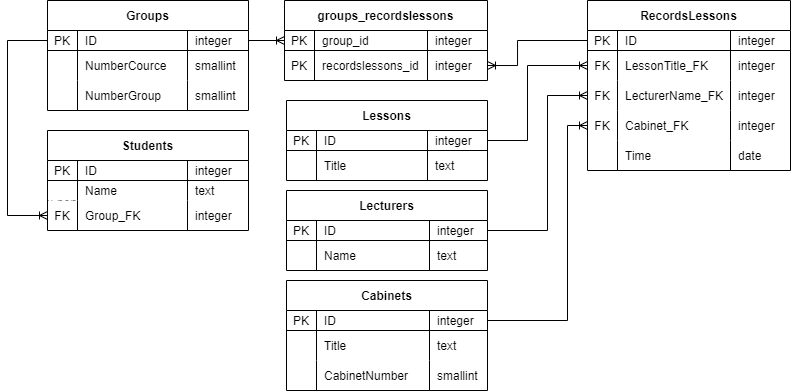
Above: scheme_sql.png in Piratvc/TimetableUniversity_learn (draw.io), before the change. Source tidied: cells renumbered, new cells last; positions are measured from the earlier drawing's top-left corner, leaving out a move shared by most shapes.
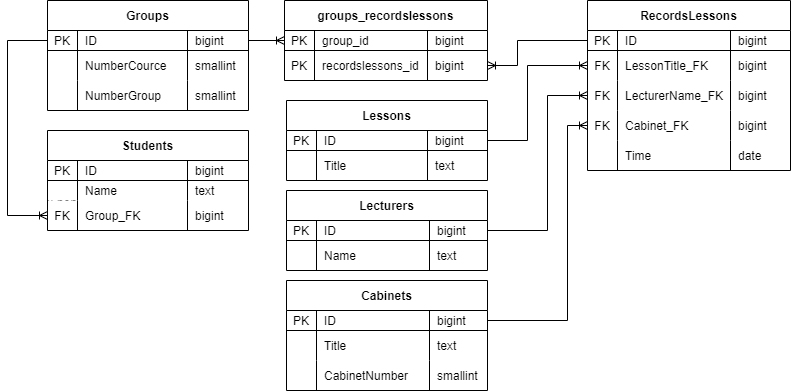
After the change.

Diff of the diagram source:
```diff
@@ -14,7 +14,7 @@
     <mxCell id="5" value="ID" style="shape=partialRectangle;fillColor=none;top=0;left=0;bottom=0;right=0;align=left;spacingLeft=6;fontStyle=0;overflow=hidden;strokeColor=default;" parent="3" vertex="1">
       <mxGeometry x="30" width="110" height="20" as="geometry" />
     </mxCell>
-    <mxCell id="6" value="integer" style="shape=partialRectangle;fillColor=none;top=0;left=0;bottom=0;right=0;align=left;spacingLeft=6;fontStyle=0;overflow=hidden;strokeColor=default;" parent="3" vertex="1">
+    <mxCell id="6" value="bigint" style="shape=partialRectangle;fillColor=none;top=0;left=0;bottom=0;right=0;align=left;spacingLeft=6;fontStyle=0;overflow=hidden;strokeColor=default;" parent="3" vertex="1">
       <mxGeometry x="140" width="61" height="20" as="geometry" />
     </mxCell>
     <mxCell id="7" style="shape=tableRow;horizontal=0;startSize=0;swimlaneHead=0;swimlaneBody=0;fillColor=none;top=0;left=0;right=0;bottom=0;" parent="2" vertex="1">
@@ -38,7 +38,7 @@
     <mxCell id="13" value="Group_FK" style="shape=partialRectangle;fillColor=none;top=0;left=0;bottom=0;right=0;align=left;spacingLeft=6;overflow=hidden;" parent="11" vertex="1">
       <mxGeometry x="30" width="110" height="30" as="geometry" />
     </mxCell>
-    <mxCell id="14" value="integer" style="shape=partialRectangle;fillColor=none;top=0;left=0;bottom=0;right=0;align=left;spacingLeft=6;overflow=hidden;" parent="11" vertex="1">
+    <mxCell id="14" value="bigint" style="shape=partialRectangle;fillColor=none;top=0;left=0;bottom=0;right=0;align=left;spacingLeft=6;overflow=hidden;" parent="11" vertex="1">
       <mxGeometry x="140" width="61" height="30" as="geometry" />
     </mxCell>
     <mxCell id="15" value="Lecturers" style="shape=table;startSize=30;rowLines=0;fontStyle=1;align=center;strokeColor=default;" parent="1" vertex="1">
@@ -53,7 +53,7 @@
     <mxCell id="18" value="ID" style="shape=partialRectangle;fillColor=none;top=0;left=0;bottom=0;right=0;align=left;spacingLeft=6;fontStyle=0;overflow=hidden;strokeColor=default;" parent="16" vertex="1">
       <mxGeometry x="30" width="113" height="20" as="geometry" />
     </mxCell>
-    <mxCell id="19" value="integer" style="shape=partialRectangle;fillColor=none;top=0;left=0;bottom=0;right=0;align=left;spacingLeft=6;fontStyle=0;overflow=hidden;strokeColor=default;" parent="16" vertex="1">
+    <mxCell id="19" value="bigint" style="shape=partialRectangle;fillColor=none;top=0;left=0;bottom=0;right=0;align=left;spacingLeft=6;fontStyle=0;overflow=hidden;strokeColor=default;" parent="16" vertex="1">
       <mxGeometry x="143" width="58" height="20" as="geometry" />
     </mxCell>
     <mxCell id="20" style="shape=tableRow;horizontal=0;startSize=0;swimlaneHead=0;swimlaneBody=0;fillColor=none;top=0;left=0;right=0;bottom=0;strokeColor=default;" parent="15" vertex="1">
@@ -80,7 +80,7 @@
     <mxCell id="27" value="ID" style="shape=partialRectangle;fillColor=none;top=0;left=0;bottom=0;right=0;align=left;spacingLeft=6;fontStyle=0;overflow=hidden;strokeColor=default;" parent="25" vertex="1">
       <mxGeometry x="30" width="111" height="20" as="geometry" />
     </mxCell>
-    <mxCell id="28" value="integer" style="shape=partialRectangle;fillColor=none;top=0;left=0;bottom=0;right=0;align=left;spacingLeft=6;fontStyle=0;overflow=hidden;strokeColor=default;" parent="25" vertex="1">
+    <mxCell id="28" value="bigint" style="shape=partialRectangle;fillColor=none;top=0;left=0;bottom=0;right=0;align=left;spacingLeft=6;fontStyle=0;overflow=hidden;strokeColor=default;" parent="25" vertex="1">
       <mxGeometry x="141" width="60" height="20" as="geometry" />
     </mxCell>
     <mxCell id="29" style="shape=tableRow;horizontal=0;startSize=0;swimlaneHead=0;swimlaneBody=0;fillColor=none;top=0;left=0;right=0;bottom=0;strokeColor=default;" parent="24" vertex="1">
@@ -107,7 +107,7 @@
     <mxCell id="36" value="ID" style="shape=partialRectangle;fillColor=none;top=0;left=0;bottom=0;right=0;align=left;spacingLeft=6;fontStyle=0;overflow=hidden;strokeColor=default;" parent="34" vertex="1">
       <mxGeometry x="30" width="113" height="20" as="geometry" />
     </mxCell>
-    <mxCell id="37" value="integer" style="shape=partialRectangle;fillColor=none;top=0;left=0;bottom=0;right=0;align=left;spacingLeft=6;fontStyle=0;overflow=hidden;strokeColor=default;" parent="34" vertex="1">
+    <mxCell id="37" value="bigint" style="shape=partialRectangle;fillColor=none;top=0;left=0;bottom=0;right=0;align=left;spacingLeft=6;fontStyle=0;overflow=hidden;strokeColor=default;" parent="34" vertex="1">
       <mxGeometry x="143" width="60" height="20" as="geometry" />
     </mxCell>
     <mxCell id="38" style="shape=tableRow;horizontal=0;startSize=0;swimlaneHead=0;swimlaneBody=0;fillColor=none;points=[[0,0.5],[1,0.5]];portConstraint=eastwest;top=0;left=0;right=0;bottom=0;strokeColor=default;" parent="33" vertex="1">
@@ -119,7 +119,7 @@
     <mxCell id="40" value="LessonTitle_FK" style="shape=partialRectangle;fillColor=none;top=0;left=0;bottom=0;right=0;align=left;spacingLeft=6;overflow=hidden;strokeColor=default;" parent="38" vertex="1">
       <mxGeometry x="30" width="113" height="30" as="geometry" />
     </mxCell>
-    <mxCell id="41" value="integer" style="shape=partialRectangle;fillColor=none;top=0;left=0;bottom=0;right=0;align=left;spacingLeft=6;overflow=hidden;strokeColor=default;" parent="38" vertex="1">
+    <mxCell id="41" value="bigint" style="shape=partialRectangle;fillColor=none;top=0;left=0;bottom=0;right=0;align=left;spacingLeft=6;overflow=hidden;strokeColor=default;" parent="38" vertex="1">
       <mxGeometry x="143" width="60" height="30" as="geometry" />
     </mxCell>
     <mxCell id="42" style="shape=tableRow;horizontal=0;startSize=0;swimlaneHead=0;swimlaneBody=0;fillColor=none;points=[[0,0.5],[1,0.5]];portConstraint=eastwest;top=0;left=0;right=0;bottom=0;strokeColor=default;" parent="33" vertex="1">
@@ -131,7 +131,7 @@
     <mxCell id="44" value="LecturerName_FK" style="shape=partialRectangle;fillColor=none;top=0;left=0;bottom=0;right=0;align=left;spacingLeft=6;overflow=hidden;strokeColor=default;" parent="42" vertex="1">
       <mxGeometry x="30" width="113" height="30" as="geometry" />
     </mxCell>
-    <mxCell id="45" value="integer" style="shape=partialRectangle;fillColor=none;top=0;left=0;bottom=0;right=0;align=left;spacingLeft=6;overflow=hidden;strokeColor=default;" parent="42" vertex="1">
+    <mxCell id="45" value="bigint" style="shape=partialRectangle;fillColor=none;top=0;left=0;bottom=0;right=0;align=left;spacingLeft=6;overflow=hidden;strokeColor=default;" parent="42" vertex="1">
       <mxGeometry x="143" width="60" height="30" as="geometry" />
     </mxCell>
     <mxCell id="46" style="shape=tableRow;horizontal=0;startSize=0;swimlaneHead=0;swimlaneBody=0;fillColor=none;points=[[0,0.5],[1,0.5]];portConstraint=eastwest;top=0;left=0;right=0;bottom=0;strokeColor=default;" parent="33" vertex="1">
@@ -143,7 +143,7 @@
     <mxCell id="48" value="Cabinet_FK" style="shape=partialRectangle;fillColor=none;top=0;left=0;bottom=0;right=0;align=left;spacingLeft=6;overflow=hidden;strokeColor=default;" parent="46" vertex="1">
       <mxGeometry x="30" width="113" height="30" as="geometry" />
     </mxCell>
-    <mxCell id="49" value="integer" style="shape=partialRectangle;fillColor=none;top=0;left=0;bottom=0;right=0;align=left;spacingLeft=6;overflow=hidden;strokeColor=default;" parent="46" vertex="1">
+    <mxCell id="49" value="bigint" style="shape=partialRectangle;fillColor=none;top=0;left=0;bottom=0;right=0;align=left;spacingLeft=6;overflow=hidden;strokeColor=default;" parent="46" vertex="1">
       <mxGeometry x="143" width="60" height="30" as="geometry" />
     </mxCell>
     <mxCell id="50" style="shape=tableRow;horizontal=0;startSize=0;swimlaneHead=0;swimlaneBody=0;fillColor=none;top=0;left=0;right=0;bottom=0;strokeColor=default;" parent="33" vertex="1">
@@ -170,7 +170,7 @@
     <mxCell id="57" value="ID" style="shape=partialRectangle;fillColor=none;top=0;left=0;bottom=0;right=0;align=left;spacingLeft=6;fontStyle=0;overflow=hidden;" parent="55" vertex="1">
       <mxGeometry x="30" width="110" height="20" as="geometry" />
     </mxCell>
-    <mxCell id="58" value="integer" style="shape=partialRectangle;fillColor=none;top=0;left=0;bottom=0;right=0;align=left;spacingLeft=6;fontStyle=0;overflow=hidden;" parent="55" vertex="1">
+    <mxCell id="58" value="bigint" style="shape=partialRectangle;fillColor=none;top=0;left=0;bottom=0;right=0;align=left;spacingLeft=6;fontStyle=0;overflow=hidden;" parent="55" vertex="1">
       <mxGeometry x="140" width="61" height="20" as="geometry" />
     </mxCell>
     <mxCell id="59" style="shape=tableRow;horizontal=0;startSize=0;swimlaneHead=0;swimlaneBody=0;fillColor=none;top=0;left=0;right=0;bottom=0;" parent="54" vertex="1">
@@ -209,7 +209,7 @@
     <mxCell id="70" value="ID" style="shape=partialRectangle;fillColor=none;top=0;left=0;bottom=0;right=0;align=left;spacingLeft=6;fontStyle=0;overflow=hidden;" parent="68" vertex="1">
       <mxGeometry x="30" width="113" height="20" as="geometry" />
     </mxCell>
-    <mxCell id="71" value="integer" style="shape=partialRectangle;fillColor=none;top=0;left=0;bottom=0;right=0;align=left;spacingLeft=6;fontStyle=0;overflow=hidden;" parent="68" vertex="1">
+    <mxCell id="71" value="bigint" style="shape=partialRectangle;fillColor=none;top=0;left=0;bottom=0;right=0;align=left;spacingLeft=6;fontStyle=0;overflow=hidden;" parent="68" vertex="1">
       <mxGeometry x="143" width="58" height="20" as="geometry" />
     </mxCell>
     <mxCell id="72" style="shape=tableRow;horizontal=0;startSize=0;swimlaneHead=0;swimlaneBody=0;fillColor=none;top=0;left=0;right=0;bottom=0;" parent="67" vertex="1">
@@ -255,7 +255,7 @@
     <mxCell id="84" value="group_id" style="shape=partialRectangle;fillColor=none;top=0;left=0;bottom=0;right=0;align=left;spacingLeft=6;fontStyle=0;overflow=hidden;" parent="82" vertex="1">
       <mxGeometry x="30" width="113" height="20" as="geometry" />
     </mxCell>
-    <mxCell id="85" value="integer" style="shape=partialRectangle;fillColor=none;top=0;left=0;bottom=0;right=0;align=left;spacingLeft=6;fontStyle=0;overflow=hidden;" parent="82" vertex="1">
+    <mxCell id="85" value="bigint" style="shape=partialRectangle;fillColor=none;top=0;left=0;bottom=0;right=0;align=left;spacingLeft=6;fontStyle=0;overflow=hidden;" parent="82" vertex="1">
       <mxGeometry x="143" width="60" height="20" as="geometry" />
     </mxCell>
     <mxCell id="86" style="shape=tableRow;horizontal=0;startSize=0;swimlaneHead=0;swimlaneBody=0;fillColor=none;points=[[0,0.5],[1,0.5]];portConstraint=eastwest;top=0;left=0;right=0;bottom=0;" parent="81" vertex="1">
@@ -267,7 +267,7 @@
     <mxCell id="88" value="recordslessons_id" style="shape=partialRectangle;fillColor=none;top=0;left=0;bottom=0;right=0;align=left;spacingLeft=6;overflow=hidden;" parent="86" vertex="1">
       <mxGeometry x="30" width="113" height="30" as="geometry" />
     </mxCell>
-    <mxCell id="89" value="integer" style="shape=partialRectangle;fillColor=none;top=0;left=0;bottom=0;right=0;align=left;spacingLeft=6;overflow=hidden;" parent="86" vertex="1">
+    <mxCell id="89" value="bigint" style="shape=partialRectangle;fillColor=none;top=0;left=0;bottom=0;right=0;align=left;spacingLeft=6;overflow=hidden;" parent="86" vertex="1">
       <mxGeometry x="143" width="60" height="30" as="geometry" />
     </mxCell>
     <mxCell id="90" style="fontSize=12;html=1;endArrow=ERoneToMany;rounded=0;entryX=0;entryY=0.5;entryDx=0;entryDy=0;exitX=1;exitY=0.5;exitDx=0;exitDy=0;edgeStyle=elbowEdgeStyle;" parent="1" edge="1" source="25" target="38">
```
